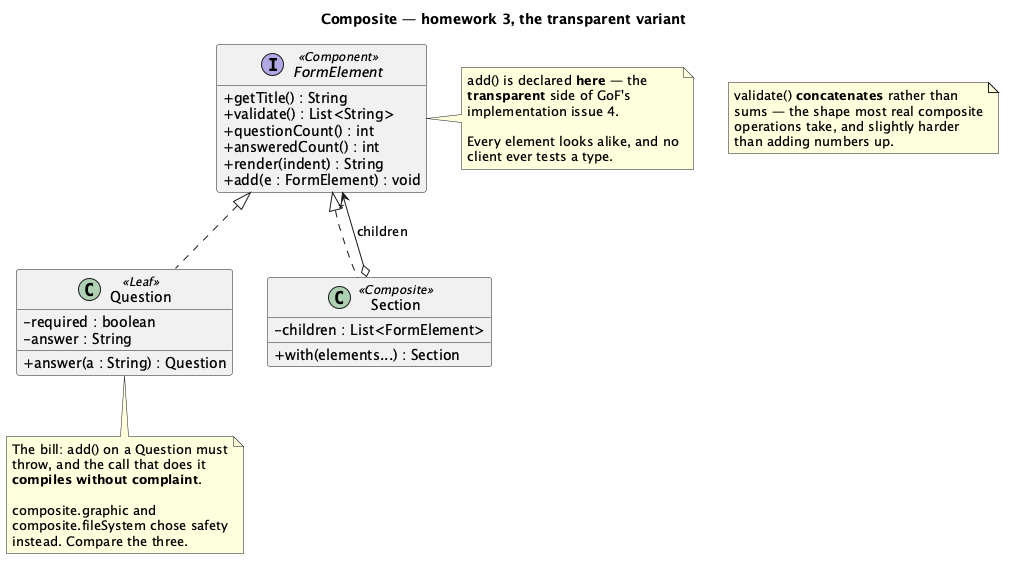
The PlantUML diagram src/main/java/dev/kaldiroglu/dp/structural/composite/hw/surveyform/uml/Composite - Survey Form (Homework) - Class Diagram.png in kaldiroglu/DesignPatternsWithJava, before a commit.
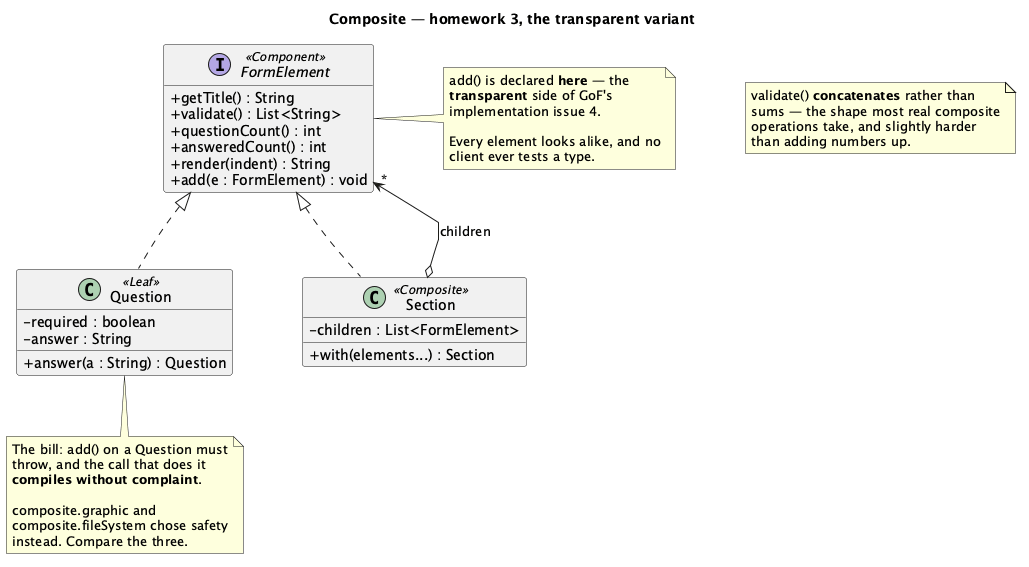
The same file after the commit.

Change to the diagram source:
```diff
@@ -1,4 +1,6 @@
-@startuml "Composite - Survey Form (Homework) - Class Diagram"
+@startuml
+skinparam linetype polyline
+skinparam nodesep 70
 skinparam classAttributeIconSize 0
 hide empty members
 title Composite — homework 3, the transparent variant
@@ -26,7 +28,6 @@
 
 FormElement <|.. Question
 FormElement <|.. Section
-Section o--> "*" FormElement : children
 
 note right of FormElement
   add() is declared <b>here</b> — the
@@ -54,4 +55,7 @@
   than adding numbers up.
 end note
 
+Section o-[norank]-> "*" FormElement : children
+FormElement -[hidden]- Question
+FormElement -[hidden]- Section
 @enduml
```
